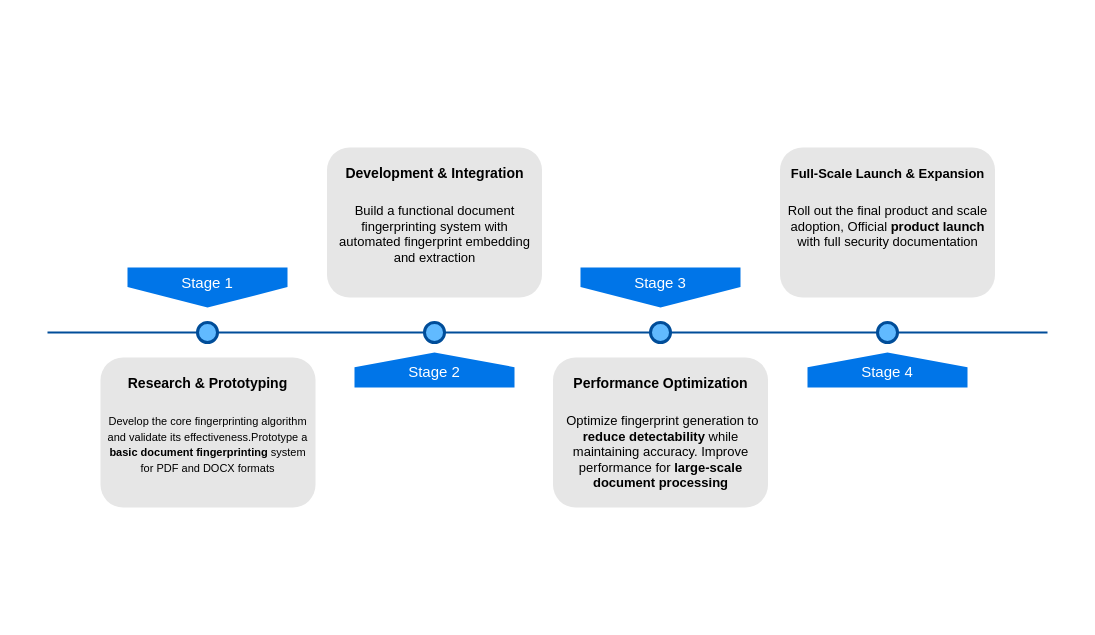
This is Untitled Diagram.drawio from KBP09/Sudoku, a draw.io file, before an edit. Source tidied: cells renumbered, new cells numbered last; positions are measured from the earlier drawing's top-left corner, leaving out a move shared by most shapes. Both pictures are drawn from the tidied source at 100%, with x=0, y=0 at pixel (47, 147).
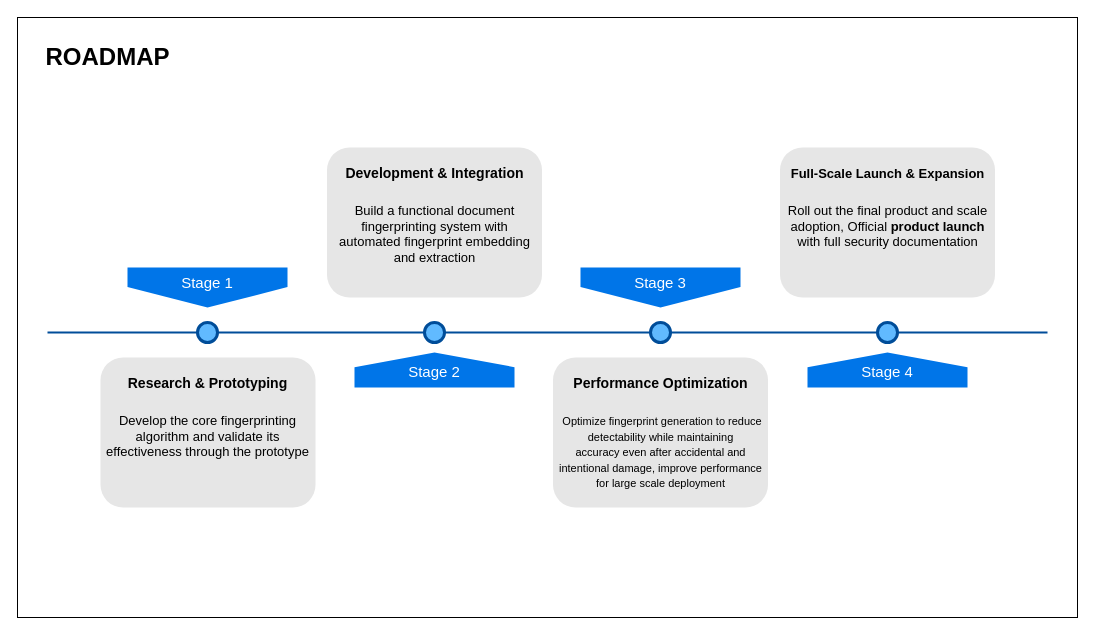
The same diagram, later.

What changed in the source:
```diff
@@
 <mxGraphModel>
   <root>
     <mxCell id="0" />
     <mxCell id="1" parent="0" />
+    <mxCell id="15" style="rounded=0;whiteSpace=wrap;html=1;" parent="1" vertex="1">
+      <mxGeometry x="-30" y="-130" width="1060" height="600" as="geometry" />
+    </mxCell>
     <mxCell id="2" style="line;strokeWidth=2;html=1;fillColor=none;fontSize=28;fontColor=#004D99;strokeColor=#004D99;" parent="1" vertex="1">
       <mxGeometry y="180" width="1000" height="10" as="geometry" />
     </mxCell>
     <mxCell id="3" value="Stage 1" style="shape=offPageConnector;whiteSpace=wrap;html=1;fillColor=#0075E8;fontSize=15;fontColor=#FFFFFF;size=0.5093750000000015;verticalAlign=top;strokeColor=none;" parent="1" vertex="1">
       <mxGeometry x="80" y="120" width="160" height="40" as="geometry" />
     </mxCell>
     <mxCell id="4" value="&lt;span&gt;Stage 3&lt;/span&gt;" style="shape=offPageConnector;whiteSpace=wrap;html=1;fillColor=#0075E8;fontSize=15;fontColor=#FFFFFF;size=0.5093750000000015;verticalAlign=top;strokeColor=none;" parent="1" vertex="1">
       <mxGeometry x="533" y="120" width="160" height="40" as="geometry" />
     </mxCell>
     <mxCell id="5" value="&lt;span&gt;Stage 2&lt;/span&gt;" style="shape=offPageConnector;whiteSpace=wrap;html=1;fillColor=#0075E8;fontSize=15;fontColor=#FFFFFF;size=0.4178571428571445;flipV=1;verticalAlign=bottom;strokeColor=none;spacingBottom=4;" parent="1" vertex="1">
       <mxGeometry x="307" y="205" width="160" height="35" as="geometry" />
     </mxCell>
     <mxCell id="6" value="&lt;span&gt;Stage 4&lt;/span&gt;" style="shape=offPageConnector;whiteSpace=wrap;html=1;fillColor=#0075E8;fontSize=15;fontColor=#FFFFFF;size=0.4178571428571445;flipV=1;verticalAlign=bottom;strokeColor=none;spacingBottom=4;" parent="1" vertex="1">
       <mxGeometry x="760" y="205" width="160" height="35" as="geometry" />
     </mxCell>
     <mxCell id="7" style="ellipse;whiteSpace=wrap;html=1;fillColor=#61BAFF;fontSize=28;fontColor=#004D99;strokeWidth=3;strokeColor=#004D99;" parent="1" vertex="1">
       <mxGeometry x="150" y="175" width="20" height="20" as="geometry" />
     </mxCell>
     <mxCell id="8" style="ellipse;whiteSpace=wrap;html=1;fillColor=#61BAFF;fontSize=28;fontColor=#004D99;strokeWidth=3;strokeColor=#004D99;" parent="1" vertex="1">
       <mxGeometry x="377" y="175" width="20" height="20" as="geometry" />
     </mxCell>
     <mxCell id="9" style="ellipse;whiteSpace=wrap;html=1;fillColor=#61BAFF;fontSize=28;fontColor=#004D99;strokeWidth=3;strokeColor=#004D99;" parent="1" vertex="1">
       <mxGeometry x="603" y="175" width="20" height="20" as="geometry" />
     </mxCell>
     <mxCell id="10" style="ellipse;whiteSpace=wrap;html=1;fillColor=#61BAFF;fontSize=28;fontColor=#004D99;strokeWidth=3;strokeColor=#004D99;" parent="1" vertex="1">
       <mxGeometry x="830" y="175" width="20" height="20" as="geometry" />
     </mxCell>
-    <mxCell id="11" value="&lt;h1&gt;&lt;font style=&quot;font-size: 14px;&quot;&gt;Research &amp;amp; Prototyping&lt;/font&gt;&lt;/h1&gt;&lt;p&gt;&lt;font style=&quot;font-size: 11px;&quot;&gt;Develop the core fingerprinting algorithm and validate its effectiveness.&lt;span style=&quot;background-color: transparent; color: light-dark(rgb(0, 0, 0), rgb(237, 237, 237));&quot;&gt;Prototype a &lt;/span&gt;&lt;strong style=&quot;background-color: transparent; color: light-dark(rgb(0, 0, 0), rgb(237, 237, 237));&quot;&gt;basic document fingerprinting&lt;/strong&gt;&lt;span style=&quot;background-color: transparent; color: light-dark(rgb(0, 0, 0), rgb(237, 237, 237));&quot;&gt; system for PDF and DOCX formats&lt;/span&gt;&lt;/font&gt;&lt;/p&gt;" style="text;html=1;spacing=5;spacingTop=-20;whiteSpace=wrap;overflow=hidden;strokeColor=none;strokeWidth=3;fillColor=#E6E6E6;fontSize=13;fontColor=#000000;align=center;rounded=1;" parent="1" vertex="1">
+    <mxCell id="11" value="&lt;h1&gt;&lt;font style=&quot;font-size: 14px;&quot;&gt;Research &amp;amp; Prototyping&lt;/font&gt;&lt;/h1&gt;&lt;p&gt;&lt;font style=&quot;font-size: 13px;&quot;&gt;Develop the core fingerprinting algorithm and validate its effectiveness through the prototype&lt;/font&gt;&lt;/p&gt;" style="text;html=1;spacing=5;spacingTop=-20;whiteSpace=wrap;overflow=hidden;strokeColor=none;strokeWidth=3;fillColor=#E6E6E6;fontSize=13;fontColor=#000000;align=center;rounded=1;" parent="1" vertex="1">
       <mxGeometry x="53" y="210" width="215" height="150" as="geometry" />
     </mxCell>
     <mxCell id="12" value="&lt;h1&gt;&lt;font style=&quot;font-size: 14px;&quot;&gt;Development &amp;amp; Integration&lt;/font&gt;&lt;/h1&gt;&lt;div&gt;Build a functional document fingerprinting system with automated fingerprint embedding and extraction&lt;/div&gt;" style="text;html=1;spacing=5;spacingTop=-20;whiteSpace=wrap;overflow=hidden;strokeColor=none;strokeWidth=3;fillColor=#E6E6E6;fontSize=13;fontColor=#000000;align=center;rounded=1;" parent="1" vertex="1">
       <mxGeometry x="279.5" width="215" height="150" as="geometry" />
     </mxCell>
-    <mxCell id="13" value="&lt;h1&gt;&lt;font style=&quot;font-size: 14px;&quot;&gt;Performance Optimization&lt;/font&gt;&lt;/h1&gt;&lt;p&gt;&amp;nbsp;Optimize fingerprint generation to &lt;strong&gt;reduce detectability&lt;/strong&gt; while maintaining accuracy.&amp;nbsp;&lt;span style=&quot;background-color: transparent; color: light-dark(rgb(0, 0, 0), rgb(237, 237, 237));&quot;&gt;Improve performance for &lt;/span&gt;&lt;strong style=&quot;background-color: transparent; color: light-dark(rgb(0, 0, 0), rgb(237, 237, 237));&quot;&gt;large-scale document processing&lt;/strong&gt;&lt;/p&gt;" style="text;html=1;spacing=5;spacingTop=-20;whiteSpace=wrap;overflow=hidden;strokeColor=none;strokeWidth=3;fillColor=#E6E6E6;fontSize=13;fontColor=#000000;align=center;rounded=1;" parent="1" vertex="1">
+    <mxCell id="13" value="&lt;h1&gt;&lt;font style=&quot;font-size: 14px;&quot;&gt;Performance Optimization&lt;/font&gt;&lt;/h1&gt;&lt;p&gt;&lt;font style=&quot;font-size: 11px;&quot;&gt;&amp;nbsp;Optimize fingerprint generation to &lt;span style=&quot;&quot;&gt;reduce detectabilit&lt;/span&gt;&lt;span style=&quot;&quot;&gt;y&lt;/span&gt;&lt;b&gt; &lt;/b&gt;while maintaining accuracy&amp;nbsp;even after accidental and intentional damage, improve performance for large scale deployment&lt;/font&gt;&lt;/p&gt;" style="text;html=1;spacing=5;spacingTop=-20;whiteSpace=wrap;overflow=hidden;strokeColor=none;strokeWidth=3;fillColor=#E6E6E6;fontSize=13;fontColor=#000000;align=center;rounded=1;" parent="1" vertex="1">
       <mxGeometry x="505.5" y="210" width="215" height="150" as="geometry" />
     </mxCell>
     <mxCell id="14" value="&lt;h1&gt;&lt;span style=&quot;background-color: transparent; color: light-dark(rgb(0, 0, 0), rgb(237, 237, 237)); font-size: 13px;&quot;&gt;Full-Scale Launch &amp;amp; Expansion&lt;/span&gt;&lt;/h1&gt;&lt;div&gt;Roll out the final product and scale adoption,&amp;nbsp;&lt;span style=&quot;background-color: transparent; color: light-dark(rgb(0, 0, 0), rgb(237, 237, 237));&quot;&gt;Official &lt;/span&gt;&lt;strong style=&quot;background-color: transparent; color: light-dark(rgb(0, 0, 0), rgb(237, 237, 237));&quot;&gt;product launch&lt;/strong&gt;&lt;span style=&quot;background-color: transparent; color: light-dark(rgb(0, 0, 0), rgb(237, 237, 237));&quot;&gt; with full security documentation&lt;/span&gt;&lt;/div&gt;" style="text;html=1;spacing=5;spacingTop=-20;whiteSpace=wrap;overflow=hidden;strokeColor=none;strokeWidth=3;fillColor=#E6E6E6;fontSize=13;fontColor=#000000;align=center;rounded=1;" parent="1" vertex="1">
       <mxGeometry x="732.5" width="215" height="150" as="geometry" />
     </mxCell>
+    <mxCell id="16" value="ROADMAP" style="text;strokeColor=none;fillColor=none;html=1;fontSize=24;fontStyle=1;verticalAlign=middle;align=center;" parent="1" vertex="1">
+      <mxGeometry x="-10" y="-110" width="140" height="40" as="geometry" />
+    </mxCell>
   </root>
 </mxGraphModel>
```
